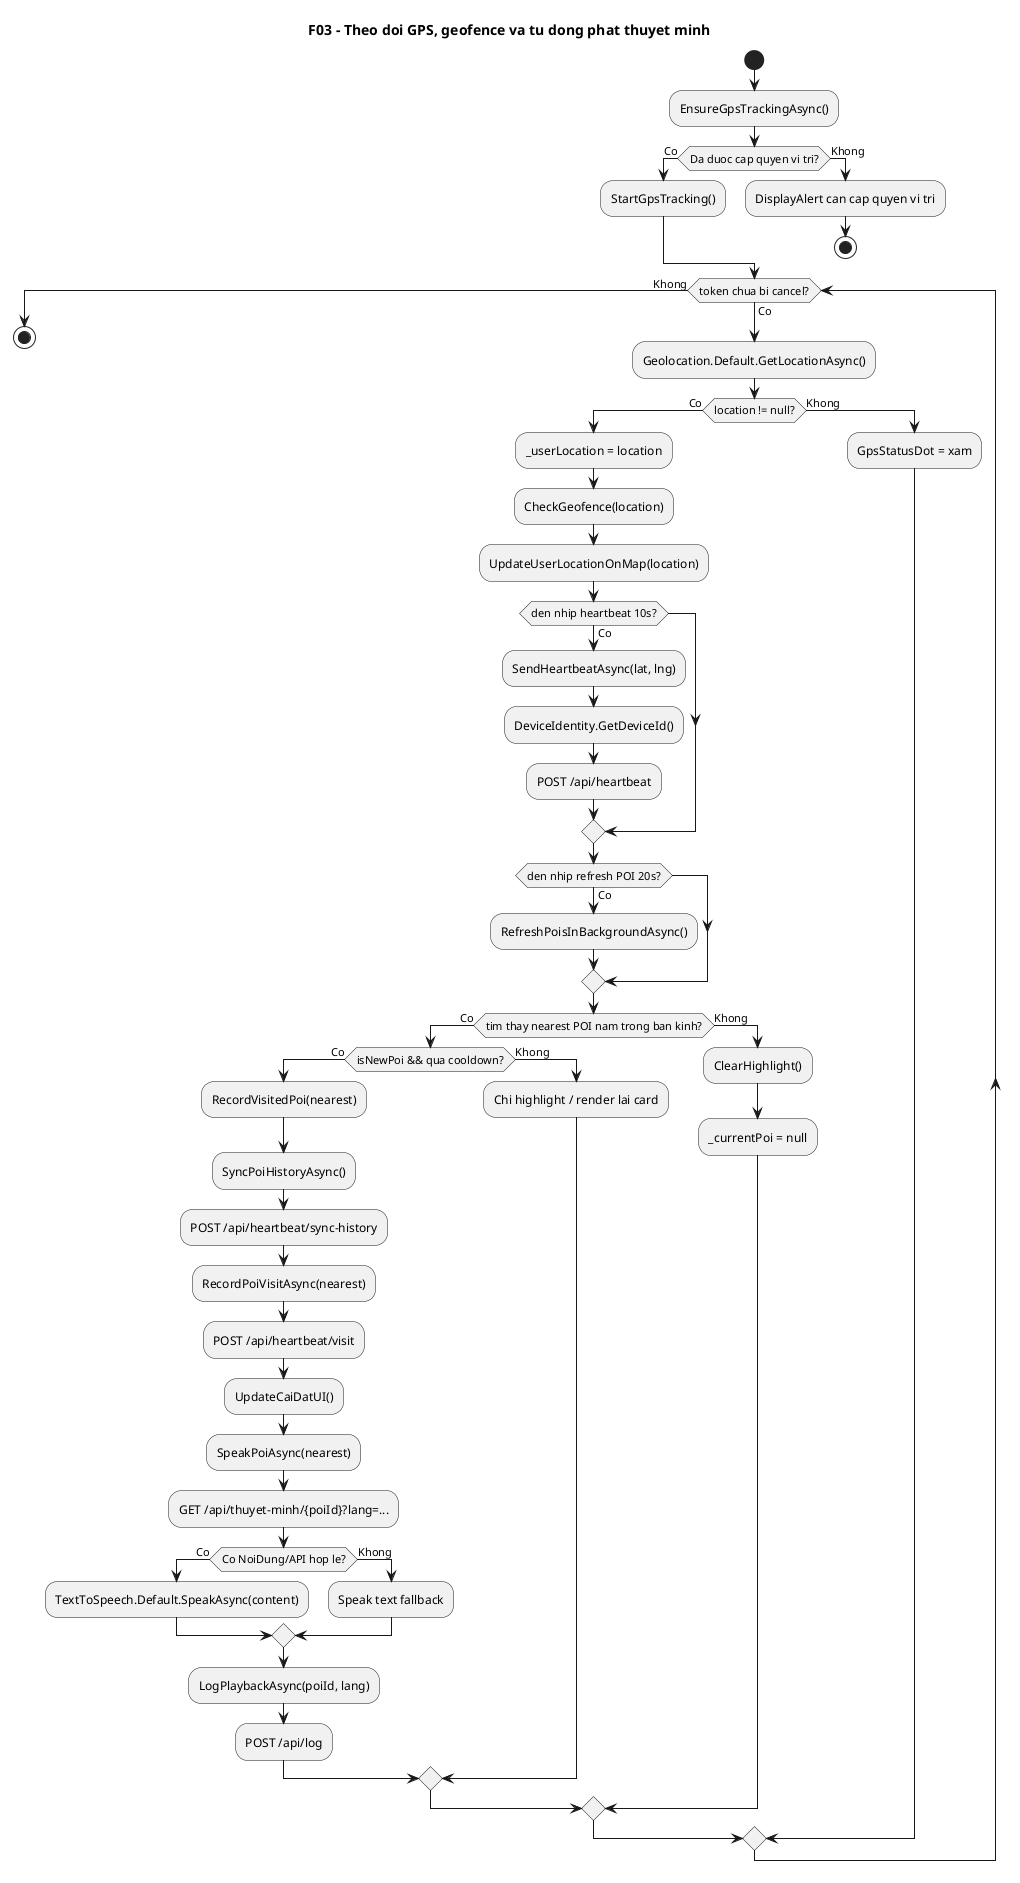
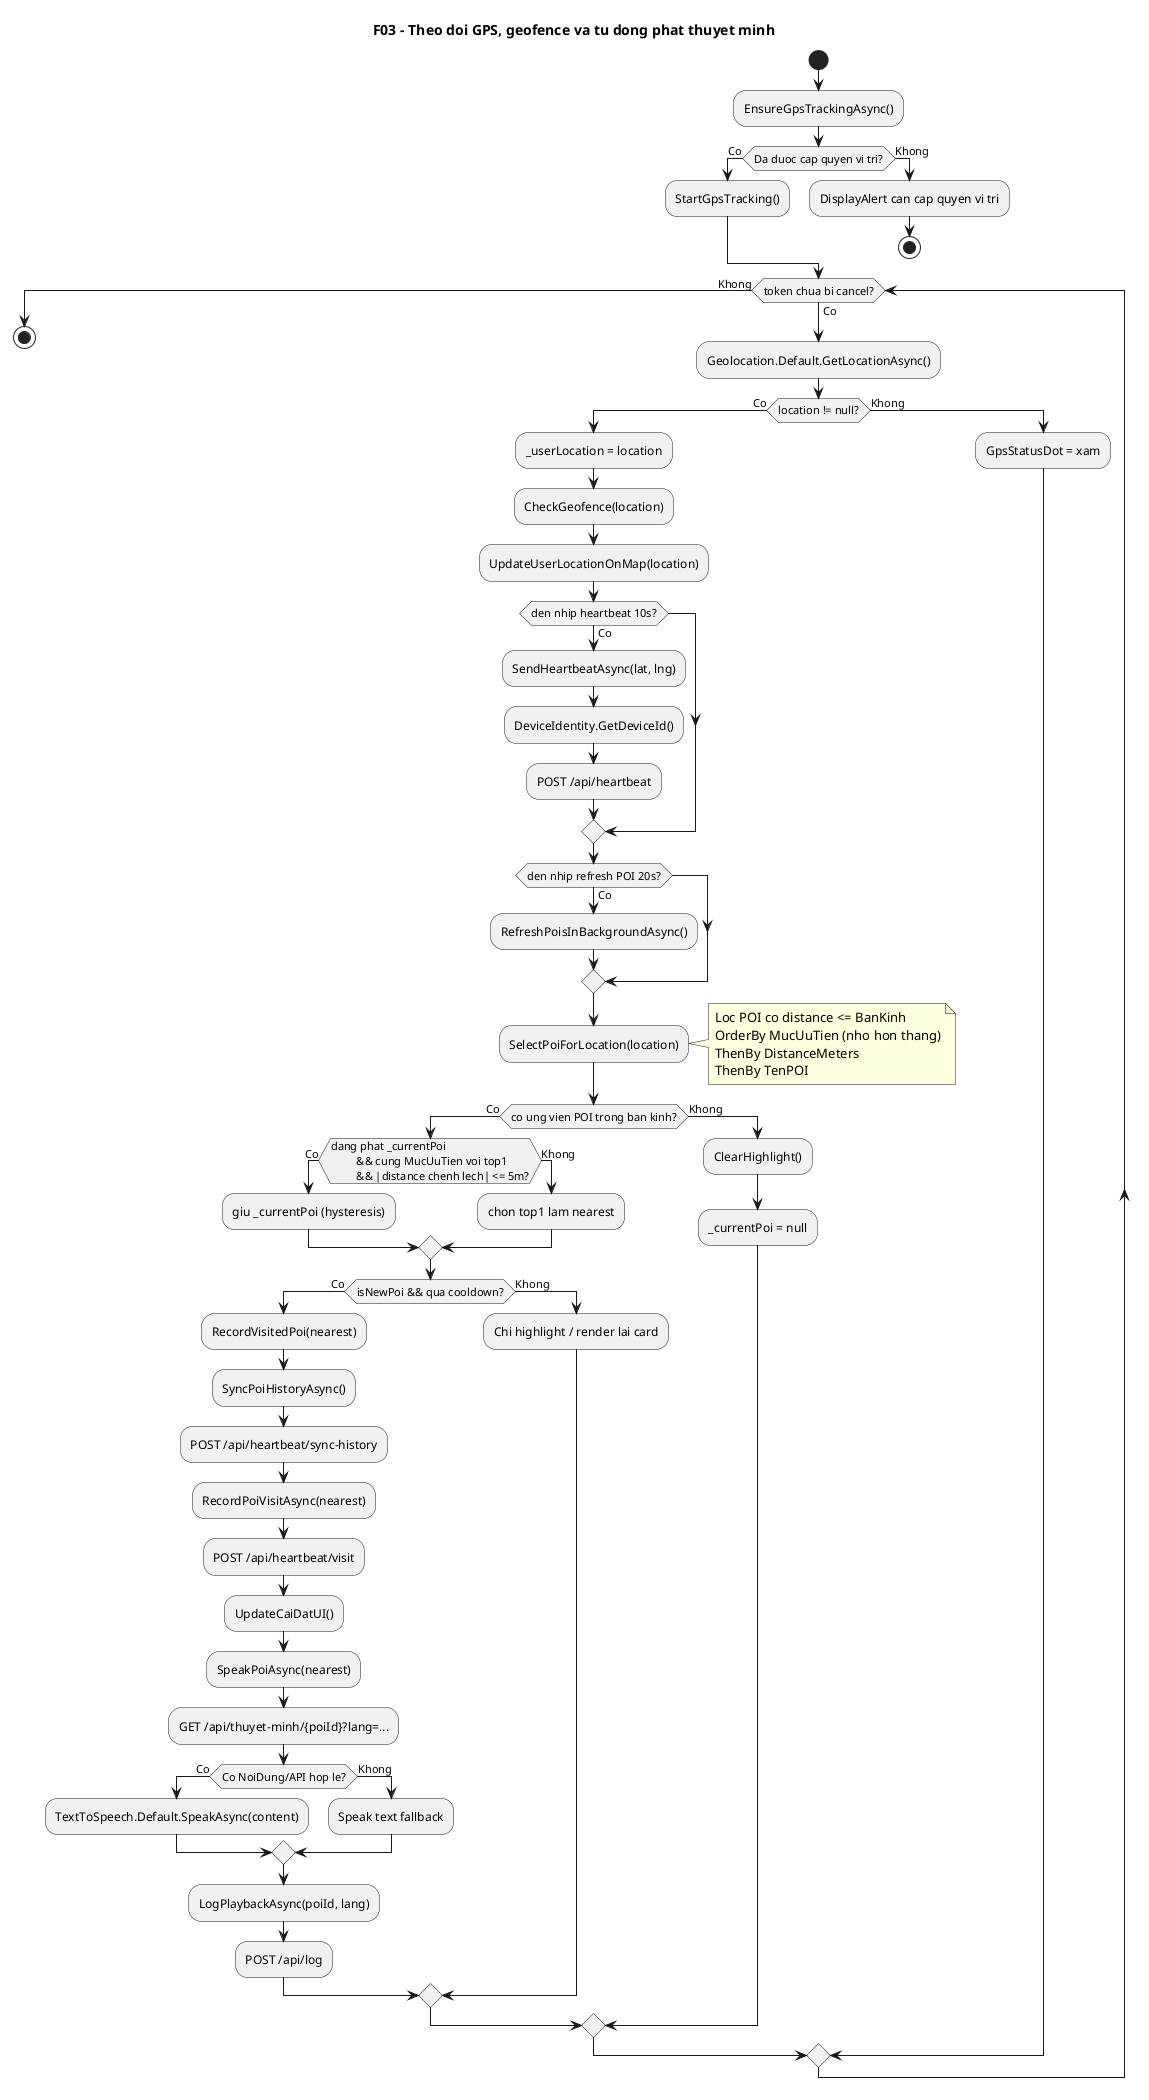
@startuml
' Diagram: F03 - Theo doi GPS, geofence va tu dong phat thuyet minh (Activity)
- ' Status: VERIFIED
- ' Baseline: branch master, HEAD b946abe
+ ' Status: PENDING-REVIEW
+ ' Baseline: branch master, HEAD b946abe (+ bo sung SelectPoiForLocation)
' Source:
- ' - VinhKhanhTourDemo/MainPage.xaml.cs: EnsureGpsTrackingAsync(), StartGpsTracking(), CheckGeofence(), SendHeartbeatAsync(), RecordPoiVisitAsync(), SyncPoiHistoryAsync(), SpeakPoiAsync(), LogPlaybackAsync()
+ ' - VinhKhanhTourDemo/MainPage.xaml.cs: EnsureGpsTrackingAsync(), StartGpsTracking(), CheckGeofence(), SelectPoiForLocation(), SendHeartbeatAsync(), RecordPoiVisitAsync(), SyncPoiHistoryAsync(), SpeakPoiAsync(), LogPlaybackAsync()
' - VinhKhanhTourDemo/DeviceIdentity.cs: GetDeviceId()
' - VinhKhanhTour.API/Controllers/HeartbeatController.cs: SendHeartbeat(), RecordVisit(), SyncHistory()
' - VinhKhanhTour.API/Controllers/ThuyetMinhController.cs: GetByPoi()
' - VinhKhanhTour.API/Controllers/LogController.cs: Post()
' Note: Da doi heartbeat 10 giay va refresh POI 20 giay theo constants HEARTBEAT_EVERY_TICKS=2, POI_REFRESH_EVERY_TICKS=4 voi GPS poll 5 giay.
+ ' Note: SelectPoiForLocation() sap xep ung vien theo MucUuTien -> DistanceMeters -> TenPOI va giu POI hien tai neu cung muc uu tien va chenh lech khoang cach <= PoiSwitchDistanceBufferMeters (5m).
title F03 - Theo doi GPS, geofence va tu dong phat thuyet minh
start
:EnsureGpsTrackingAsync();
if (Da duoc cap quyen vi tri?) then (Co)
  :StartGpsTracking();
else (Khong)
  :DisplayAlert can cap quyen vi tri;
  stop
endif

while (token chua bi cancel?) is (Co)
  :Geolocation.Default.GetLocationAsync();
  if (location != null?) then (Co)
    :_userLocation = location;
    :CheckGeofence(location);
    :UpdateUserLocationOnMap(location);

    if (den nhip heartbeat 10s?) then (Co)
      :SendHeartbeatAsync(lat, lng);
      :DeviceIdentity.GetDeviceId();
      :POST /api/heartbeat;
    endif

    if (den nhip refresh POI 20s?) then (Co)
      :RefreshPoisInBackgroundAsync();
    endif

-     if (tim thay nearest POI nam trong ban kinh?) then (Co)
+     :SelectPoiForLocation(location);
+     note right
+       Loc POI co distance <= BanKinh
+       OrderBy MucUuTien (nho hon thang)
+       ThenBy DistanceMeters
+       ThenBy TenPOI
+     end note
+     if (co ung vien POI trong ban kinh?) then (Co)
+       if (dang phat _currentPoi
+          && cung MucUuTien voi top1
+          && |distance chenh lech| <= 5m?) then (Co)
+         :giu _currentPoi (hysteresis);
+       else (Khong)
+         :chon top1 lam nearest;
+       endif
      if (isNewPoi && qua cooldown?) then (Co)
        :RecordVisitedPoi(nearest);
        :SyncPoiHistoryAsync();
        :POST /api/heartbeat/sync-history;
        :RecordPoiVisitAsync(nearest);
        :POST /api/heartbeat/visit;
        :UpdateCaiDatUI();
        :SpeakPoiAsync(nearest);
        :GET /api/thuyet-minh/{poiId}?lang=...;
        if (Co NoiDung/API hop le?) then (Co)
          :TextToSpeech.Default.SpeakAsync(content);
        else (Khong)
          :Speak text fallback;
        endif
        :LogPlaybackAsync(poiId, lang);
        :POST /api/log;
      else (Khong)
        :Chi highlight / render lai card;
      endif
    else (Khong)
      :ClearHighlight();
      :_currentPoi = null;
    endif
  else (Khong)
    :GpsStatusDot = xam;
  endif
endwhile (Khong)
stop
@enduml
